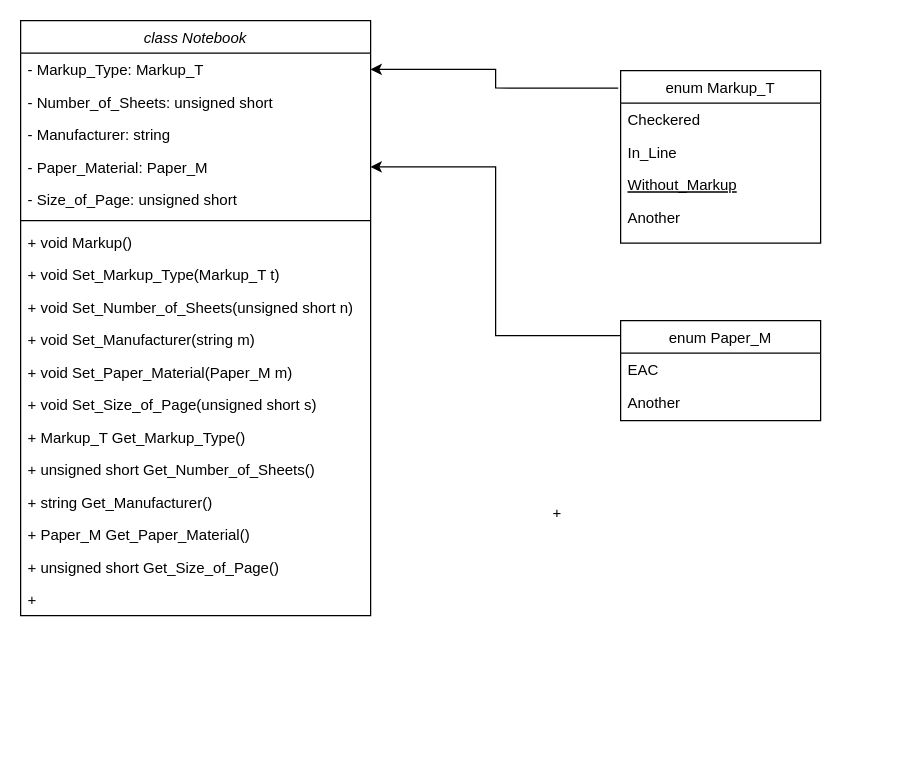
Earlier version of the draw.io diagram Untitled Diagram.drawio (NemoNology/OOP_ADT_Notebook_BAS). Source tidied: cells renumbered, new cells numbered last; positions are measured from the earlier drawing's top-left corner, leaving out a move shared by most shapes. Both pictures are drawn from the tidied source at 125%, with x=0, y=0 at pixel (20, 20).
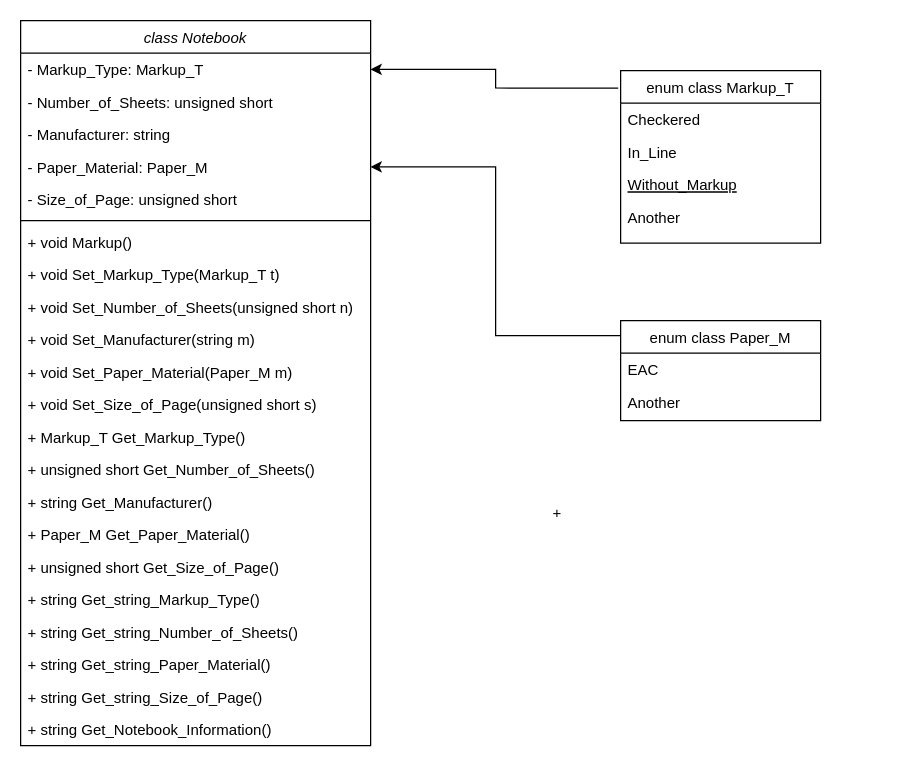
The same page after the edit.

What changed in the source:
```diff
@@
     <mxCell id="2" value="class Notebook&#10;" style="swimlane;fontStyle=2;align=center;verticalAlign=top;horizontal=1;startSize=26;rounded=0;shadow=0;strokeWidth=1;fontColor=default;fillColor=default;strokeColor=default;" parent="1" vertex="1">
-      <mxGeometry width="280" height="476" as="geometry" />
+      <mxGeometry width="280" height="580" as="geometry" />
     </mxCell>
@@
+    <mxCell id="32" value="+ string Get_string_Markup_Type()" style="text;align=left;verticalAlign=top;spacingLeft=4;spacingRight=4;overflow=hidden;fontColor=default;" parent="2" vertex="1">
+      <mxGeometry y="450" width="280" height="26" as="geometry" />
+    </mxCell>
-    <mxCell id="20" value="+ " style="text;align=left;verticalAlign=top;spacingLeft=4;spacingRight=4;overflow=hidden;fontColor=default;" parent="2" vertex="1">
-      <mxGeometry y="450" width="280" height="26" as="geometry" />
+    <mxCell id="20" value="+ string Get_string_Number_of_Sheets()" style="text;align=left;verticalAlign=top;spacingLeft=4;spacingRight=4;overflow=hidden;fontColor=default;" parent="2" vertex="1">
+      <mxGeometry y="476" width="280" height="26" as="geometry" />
     </mxCell>
+    <mxCell id="33" value="+ string Get_string_Paper_Material()" style="text;align=left;verticalAlign=top;spacingLeft=4;spacingRight=4;overflow=hidden;fontColor=default;" parent="2" vertex="1">
+      <mxGeometry y="502" width="280" height="26" as="geometry" />
+    </mxCell>
+    <mxCell id="34" value="+ string Get_string_Size_of_Page()" style="text;align=left;verticalAlign=top;spacingLeft=4;spacingRight=4;overflow=hidden;fontColor=default;" parent="2" vertex="1">
+      <mxGeometry y="528" width="280" height="26" as="geometry" />
+    </mxCell>
+    <mxCell id="35" value="+ string Get_Notebook_Information()" style="text;align=left;verticalAlign=top;spacingLeft=4;spacingRight=4;overflow=hidden;fontColor=default;" parent="2" vertex="1">
+      <mxGeometry y="554" width="280" height="26" as="geometry" />
+    </mxCell>
-    <mxCell id="21" value="enum Markup_T " style="swimlane;fontStyle=0;align=center;verticalAlign=top;horizontal=1;startSize=26;rounded=0;shadow=0;strokeWidth=1;fillColor=default;strokeColor=default;fontColor=default;" parent="1" vertex="1">
+    <mxCell id="21" value="enum class Markup_T " style="swimlane;fontStyle=0;align=center;verticalAlign=top;horizontal=1;startSize=26;rounded=0;shadow=0;strokeWidth=1;fillColor=default;strokeColor=default;fontColor=default;" parent="1" vertex="1">
       <mxGeometry x="480" y="40" width="160" height="138" as="geometry" />
     </mxCell>
@@
-    <mxCell id="27" value="enum Paper_M&#10;" style="swimlane;fontStyle=0;align=center;verticalAlign=top;horizontal=1;startSize=26;rounded=0;shadow=0;strokeWidth=1;fillColor=default;strokeColor=default;fontColor=default;" parent="1" vertex="1">
+    <mxCell id="27" value="enum class Paper_M&#10;" style="swimlane;fontStyle=0;align=center;verticalAlign=top;horizontal=1;startSize=26;rounded=0;shadow=0;strokeWidth=1;fillColor=default;strokeColor=default;fontColor=default;" parent="1" vertex="1">
       <mxGeometry x="480" y="240" width="160" height="80" as="geometry" />
     </mxCell>
```
